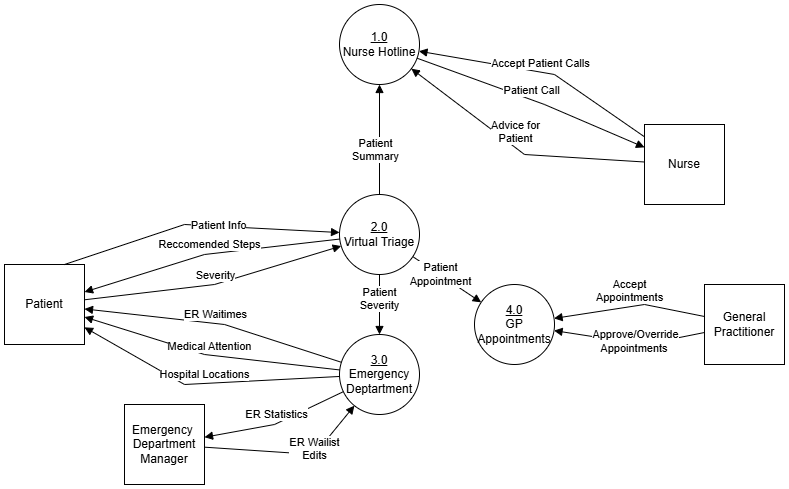
SENG-350-2024-fall/Team9 keeps this draw.io diagram as AmirWork/M3/DFDLevel0.drawio.png. Above is the earlier version. Source tidied: cells renumbered, new cells last; positions are measured from the earlier drawing's top-left corner, leaving out a move shared by most shapes.
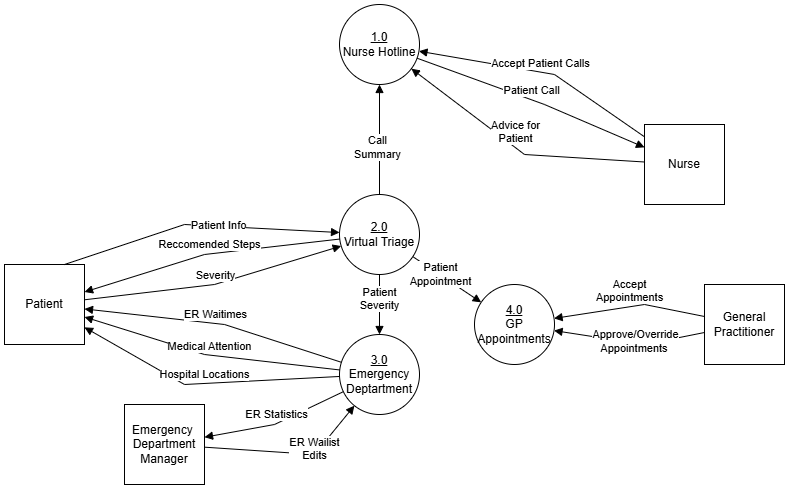
After the commit.

The edit, as a diff of the source:
```diff
@@ -80,9 +80,12 @@
         </Array>
       </mxGeometry>
     </mxCell>
-    <mxCell id="17" value="Patient&lt;div&gt;Summary&lt;/div&gt;" style="html=1;verticalAlign=bottom;endArrow=block;curved=0;rounded=0;" parent="1" edge="1" source="3" target="2">
+    <mxCell id="17" style="html=1;verticalAlign=bottom;endArrow=block;curved=0;rounded=0;" parent="1" edge="1" source="3" target="2">
       <mxGeometry x="-0.47" y="4" relative="1" as="geometry" />
     </mxCell>
+    <mxCell id="29" value="Call&lt;div&gt;Summary&lt;/div&gt;" style="edgeLabel;html=1;align=center;verticalAlign=middle;" parent="17" vertex="1">
+      <mxGeometry x="-0.13" y="2" relative="1" as="geometry" />
+    </mxCell>
     <mxCell id="18" value="Patient&lt;div&gt;Severity&lt;/div&gt;" style="html=1;verticalAlign=bottom;endArrow=block;curved=0;rounded=0;" parent="1" edge="1" source="3" target="4">
       <mxGeometry x="0.33" relative="1" as="geometry" />
     </mxCell>
```
